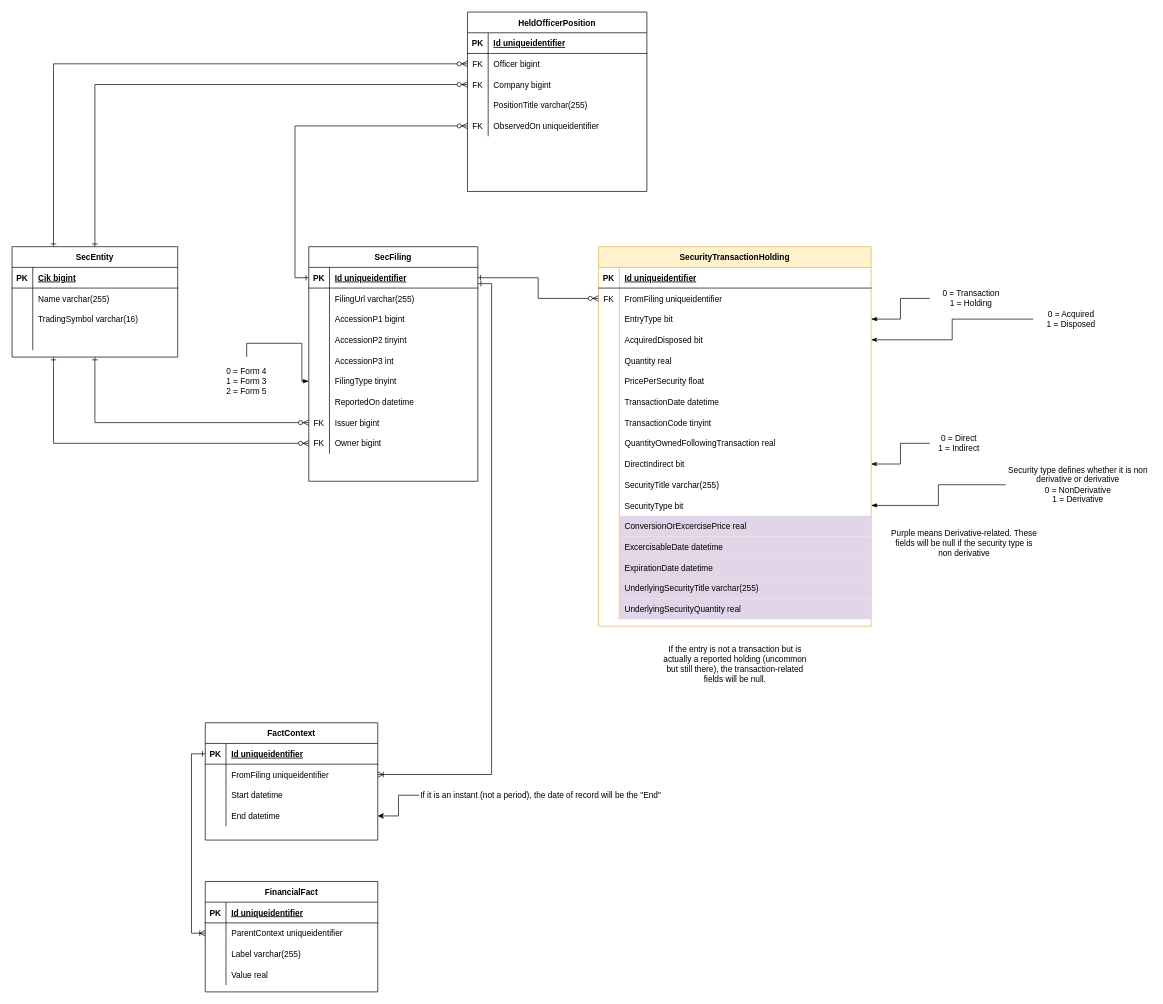
Before: page "Filing-Derived" (1 of 3) of AletheiaErd.drawio in TimHanewich/Aletheia-Engine-Library, a draw.io diagram. Source tidied: cells renumbered, new cells numbered last; positions are measured from the earlier drawing's top-left corner, leaving out a move shared by most shapes. Both pictures are drawn from the tidied source at 69%, with x=0, y=0 at pixel (12, 12).
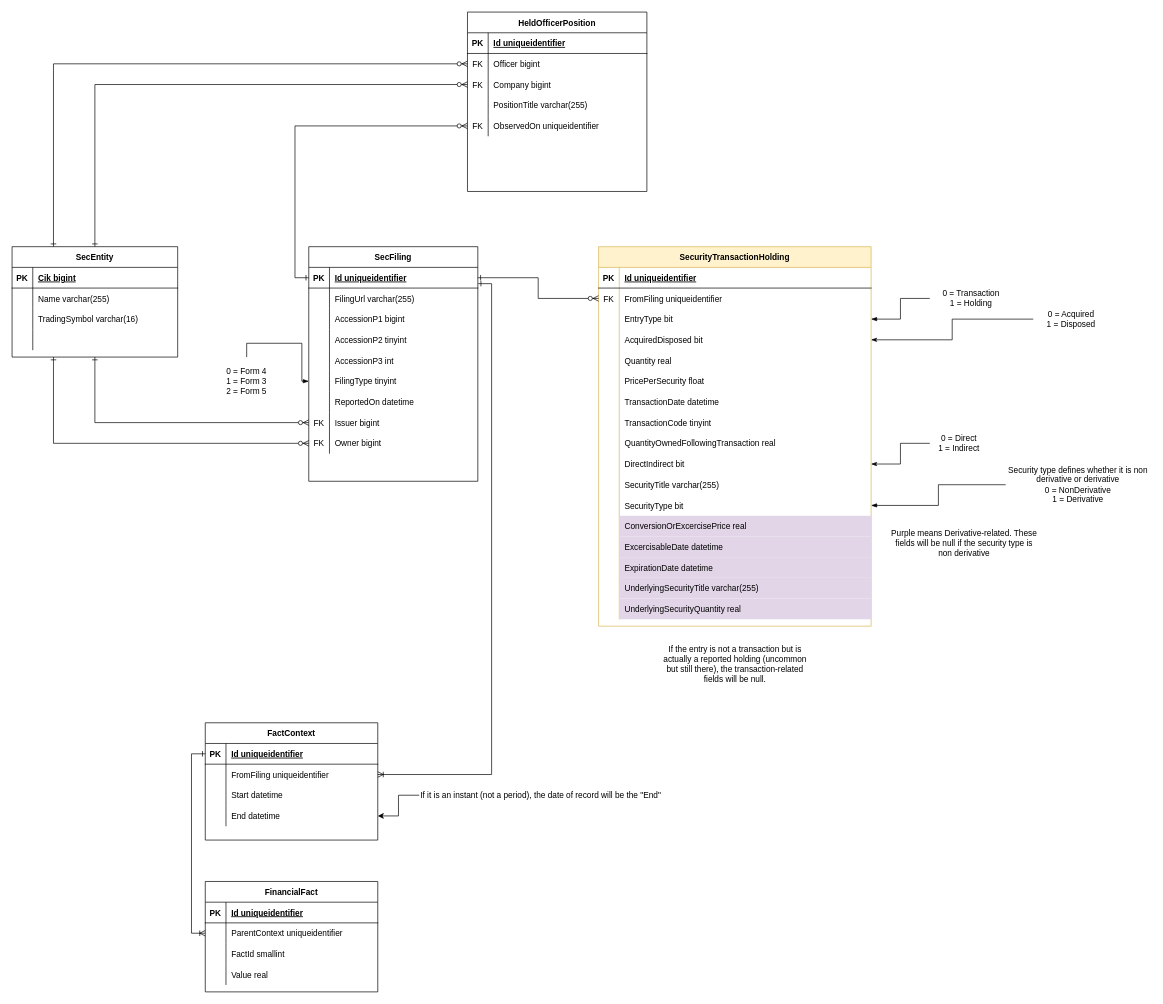
The same page after the edit.

Commit message:
Changed Financial Fact's label to a FactId

Unchanged cells that the change refers to:
```xml
<mxCell id="151" style="shape=partialRectangle;fillColor=none;top=0;left=0;bottom=0;right=0;" parent="144" vertex="1">
  <mxGeometry y="90" width="250" height="30" as="geometry" />
</mxCell>
```

What changed in the source:
```diff
@@
-    <mxCell id="153" value="Label varchar(255)" style="shape=partialRectangle;fillColor=none;top=0;left=0;bottom=0;right=0;align=left;spacingLeft=6;overflow=hidden;" parent="151" vertex="1">
+    <mxCell id="153" value="FactId smallint" style="shape=partialRectangle;fillColor=none;top=0;left=0;bottom=0;right=0;align=left;spacingLeft=6;overflow=hidden;" parent="151" vertex="1">
       <mxGeometry x="30" width="220" height="30" as="geometry" />
     </mxCell>
```
